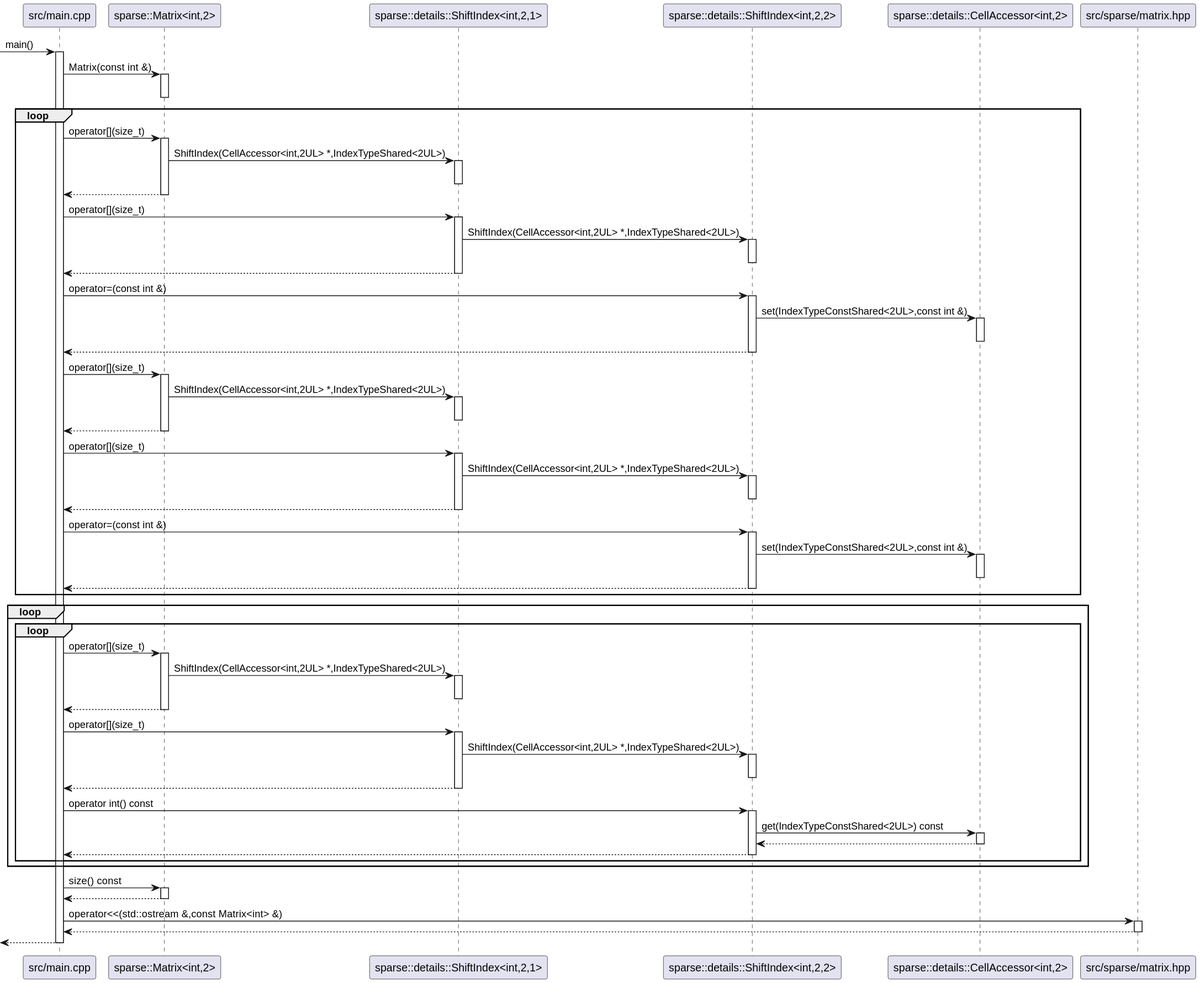
Before: puml/sequence_diagram.svg, a diagram exported from PlantUML (nj-eka/sparse_matrix). Source of this version:
```plantuml
@startuml
participant "src/main.cpp" as C_0001908790664312760196
[-> C_0001908790664312760196 : main()
activate C_0001908790664312760196
participant "sparse::Matrix<int,2>" as C_0001278426762513334364
C_0001908790664312760196 -> C_0001278426762513334364 : Matrix(const int &)
activate C_0001278426762513334364
deactivate C_0001278426762513334364
loop
C_0001908790664312760196 -> C_0001278426762513334364 : operator[](size_t)
activate C_0001278426762513334364
participant "sparse::details::ShiftIndex<int,2,1>" as C_0002302254913291263283
C_0001278426762513334364 -> C_0002302254913291263283 : ShiftIndex(CellAccessor<int,2UL> *,IndexTypeShared<2UL>)
activate C_0002302254913291263283
deactivate C_0002302254913291263283
C_0001278426762513334364 --> C_0001908790664312760196
deactivate C_0001278426762513334364
C_0001908790664312760196 -> C_0002302254913291263283 : operator[](size_t)
activate C_0002302254913291263283
participant "sparse::details::ShiftIndex<int,2,2>" as C_0000394472089084773281
C_0002302254913291263283 -> C_0000394472089084773281 : ShiftIndex(CellAccessor<int,2UL> *,IndexTypeShared<2UL>)
activate C_0000394472089084773281
deactivate C_0000394472089084773281
C_0002302254913291263283 --> C_0001908790664312760196
deactivate C_0002302254913291263283
C_0001908790664312760196 -> C_0000394472089084773281 : operator=(const int &)
activate C_0000394472089084773281
participant "sparse::details::CellAccessor<int,2>" as C_0001783301564715347188
C_0000394472089084773281 -> C_0001783301564715347188 : set(IndexTypeConstShared<2UL>,const int &)
activate C_0001783301564715347188
deactivate C_0001783301564715347188
C_0000394472089084773281 --> C_0001908790664312760196
deactivate C_0000394472089084773281
C_0001908790664312760196 -> C_0001278426762513334364 : operator[](size_t)
activate C_0001278426762513334364
C_0001278426762513334364 -> C_0002302254913291263283 : ShiftIndex(CellAccessor<int,2UL> *,IndexTypeShared<2UL>)
activate C_0002302254913291263283
deactivate C_0002302254913291263283
C_0001278426762513334364 --> C_0001908790664312760196
deactivate C_0001278426762513334364
C_0001908790664312760196 -> C_0002302254913291263283 : operator[](size_t)
activate C_0002302254913291263283
C_0002302254913291263283 -> C_0000394472089084773281 : ShiftIndex(CellAccessor<int,2UL> *,IndexTypeShared<2UL>)
activate C_0000394472089084773281
deactivate C_0000394472089084773281
C_0002302254913291263283 --> C_0001908790664312760196
deactivate C_0002302254913291263283
C_0001908790664312760196 -> C_0000394472089084773281 : operator=(const int &)
activate C_0000394472089084773281
C_0000394472089084773281 -> C_0001783301564715347188 : set(IndexTypeConstShared<2UL>,const int &)
activate C_0001783301564715347188
deactivate C_0001783301564715347188
C_0000394472089084773281 --> C_0001908790664312760196
deactivate C_0000394472089084773281
end
loop
loop
C_0001908790664312760196 -> C_0001278426762513334364 : operator[](size_t)
activate C_0001278426762513334364
C_0001278426762513334364 -> C_0002302254913291263283 : ShiftIndex(CellAccessor<int,2UL> *,IndexTypeShared<2UL>)
activate C_0002302254913291263283
deactivate C_0002302254913291263283
C_0001278426762513334364 --> C_0001908790664312760196
deactivate C_0001278426762513334364
C_0001908790664312760196 -> C_0002302254913291263283 : operator[](size_t)
activate C_0002302254913291263283
C_0002302254913291263283 -> C_0000394472089084773281 : ShiftIndex(CellAccessor<int,2UL> *,IndexTypeShared<2UL>)
activate C_0000394472089084773281
deactivate C_0000394472089084773281
C_0002302254913291263283 --> C_0001908790664312760196
deactivate C_0002302254913291263283
C_0001908790664312760196 -> C_0000394472089084773281 : operator int() const
activate C_0000394472089084773281
C_0000394472089084773281 -> C_0001783301564715347188 : get(IndexTypeConstShared<2UL>) const
activate C_0001783301564715347188
C_0001783301564715347188 --> C_0000394472089084773281
deactivate C_0001783301564715347188
C_0000394472089084773281 --> C_0001908790664312760196
deactivate C_0000394472089084773281
end
end
C_0001908790664312760196 -> C_0001278426762513334364 : size() const
activate C_0001278426762513334364
C_0001278426762513334364 --> C_0001908790664312760196
deactivate C_0001278426762513334364
participant "src/sparse/matrix.hpp" as C_0000492538101275963329
C_0001908790664312760196 -> C_0000492538101275963329 : operator<<(std::ostream &,const Matrix<int> &)
activate C_0000492538101275963329
C_0000492538101275963329 --> C_0001908790664312760196
deactivate C_0000492538101275963329
[<-- C_0001908790664312760196
deactivate C_0001908790664312760196

@enduml
```
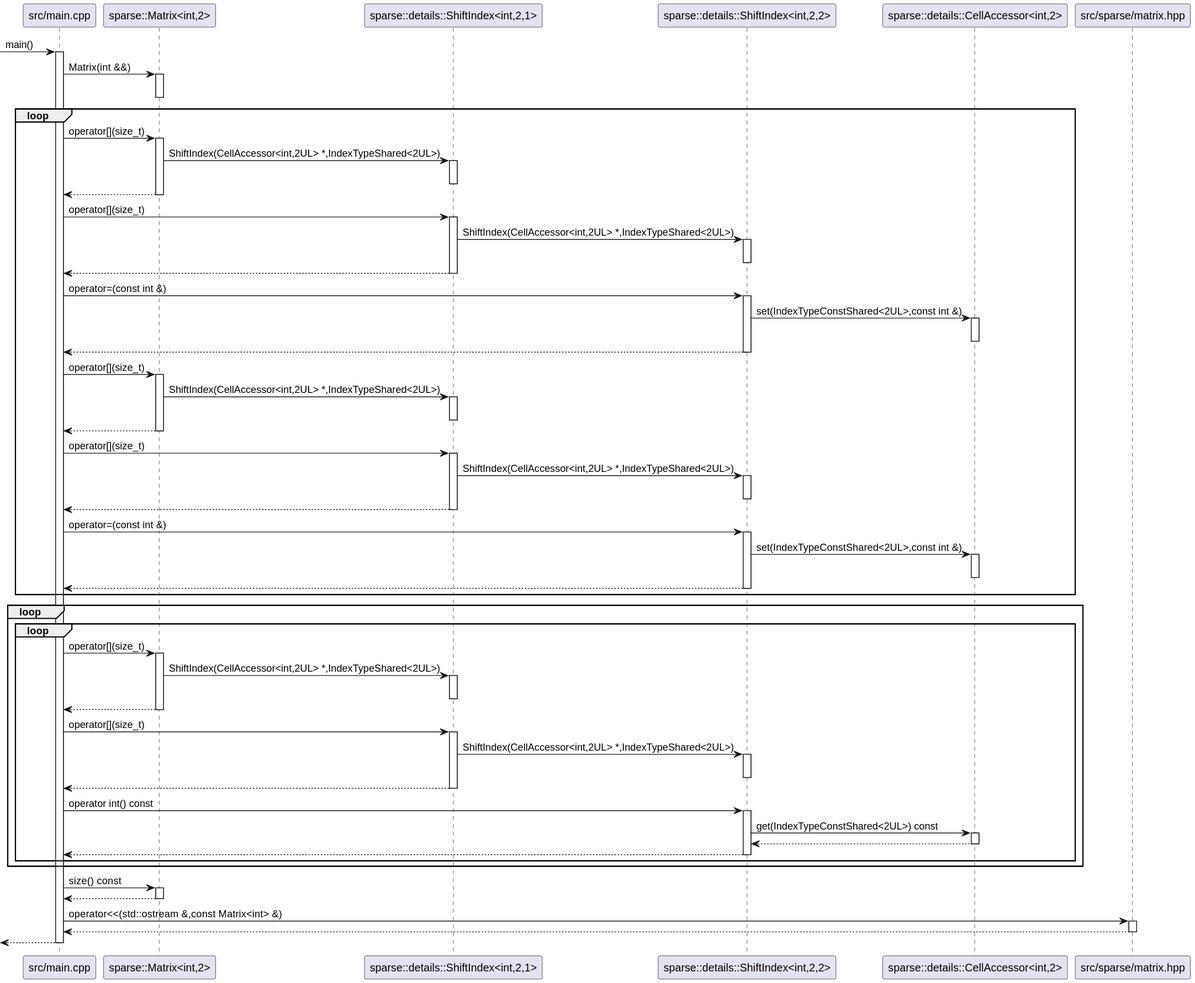
Above is the later version.

Commit message:
update matrix ctor &&

Diff of the diagram source:
```diff
@@ -3,7 +3,7 @@
 [-> C_0001908790664312760196 : main()
 activate C_0001908790664312760196
 participant "sparse::Matrix<int,2>" as C_0001278426762513334364
-C_0001908790664312760196 -> C_0001278426762513334364 : Matrix(const int &)
+C_0001908790664312760196 -> C_0001278426762513334364 : Matrix(int &&)
 activate C_0001278426762513334364
 deactivate C_0001278426762513334364
 loop
```
